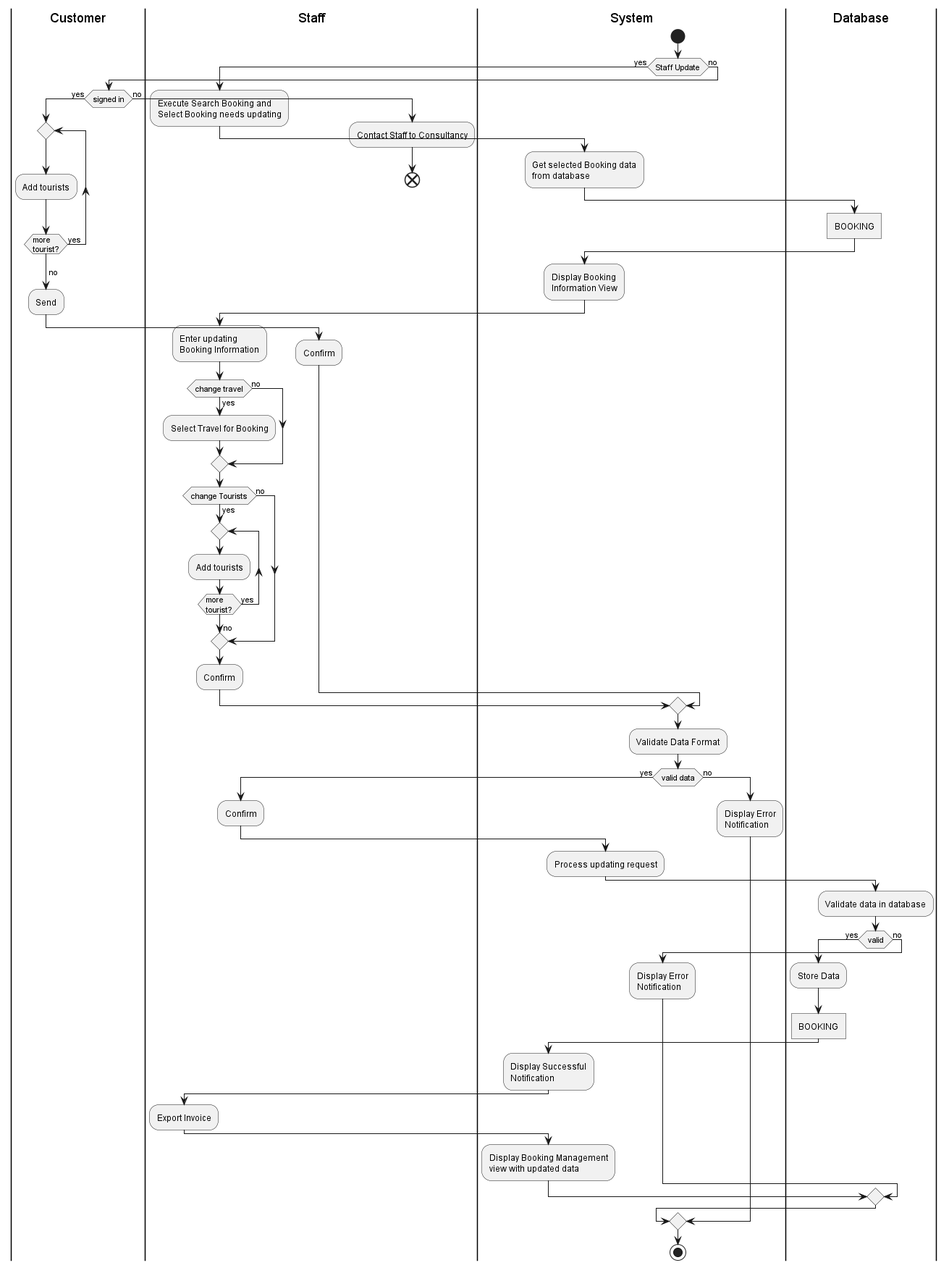
Before: Lab 1.2/Activity/Booking/updateBookingActivity.png, a diagram exported from PlantUML (thtuanlegithub/SE357-Practice-class).
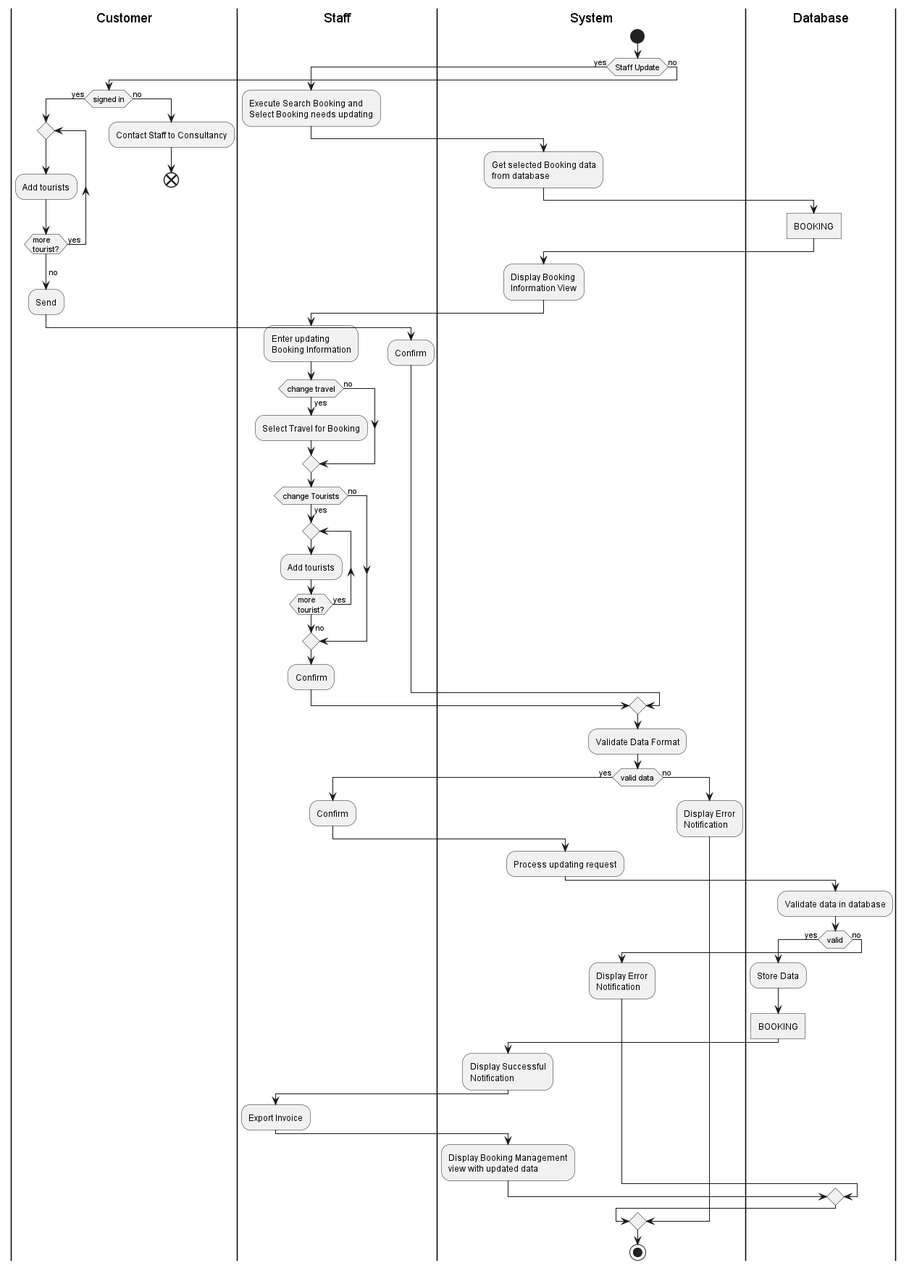
After the commit.

What changed in the source:
```diff
@@ -37,6 +37,7 @@
     |Staff|
     :Confirm;
     else(no)
+        |Customer|
         :Contact Staff to Consultancy;
         end
     endif
```
